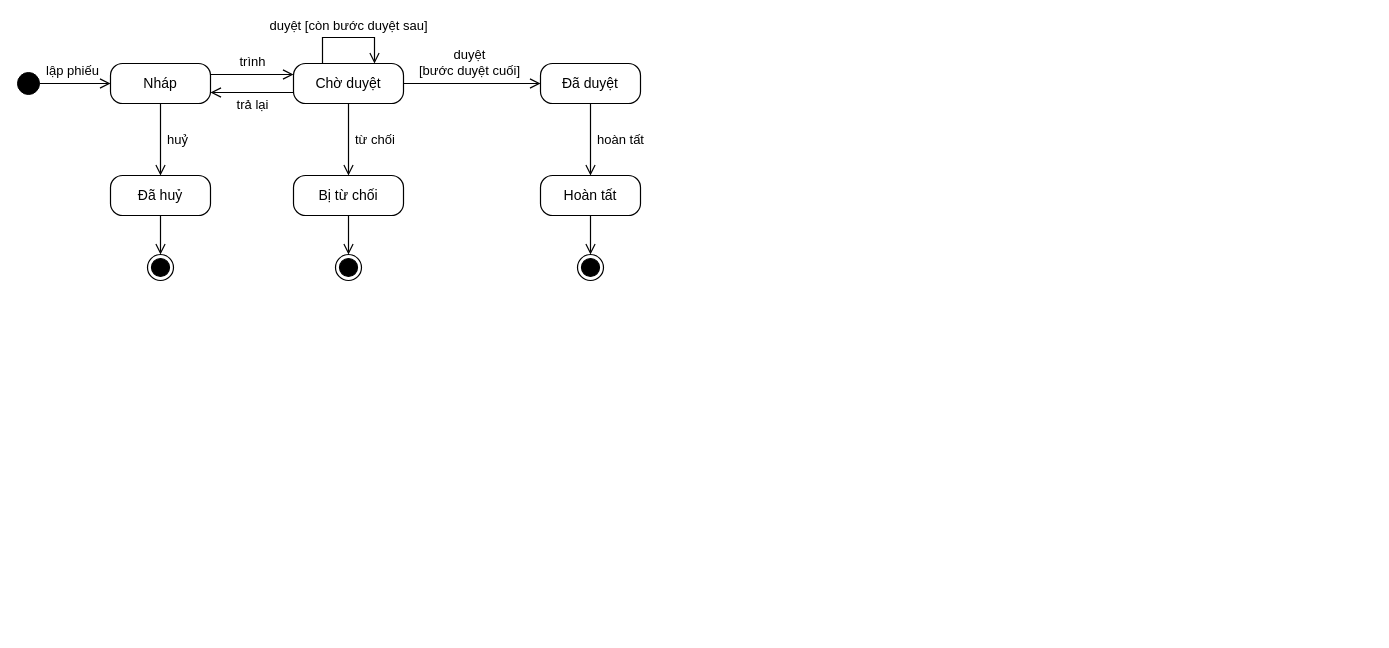
Above: docs/VN/diagram/Report 3/03 Vong doi phieu/Vong doi phieu.drawio in LuuDong2004/SEP490_G123_SFEMS (draw.io), before the change. Source tidied: cells renumbered, new cells numbered last; positions are measured from the earlier drawing's top-left corner, leaving out a move shared by most shapes. Both pictures are drawn from the tidied source at 100%, with x=0, y=0 at pixel (17, 17).
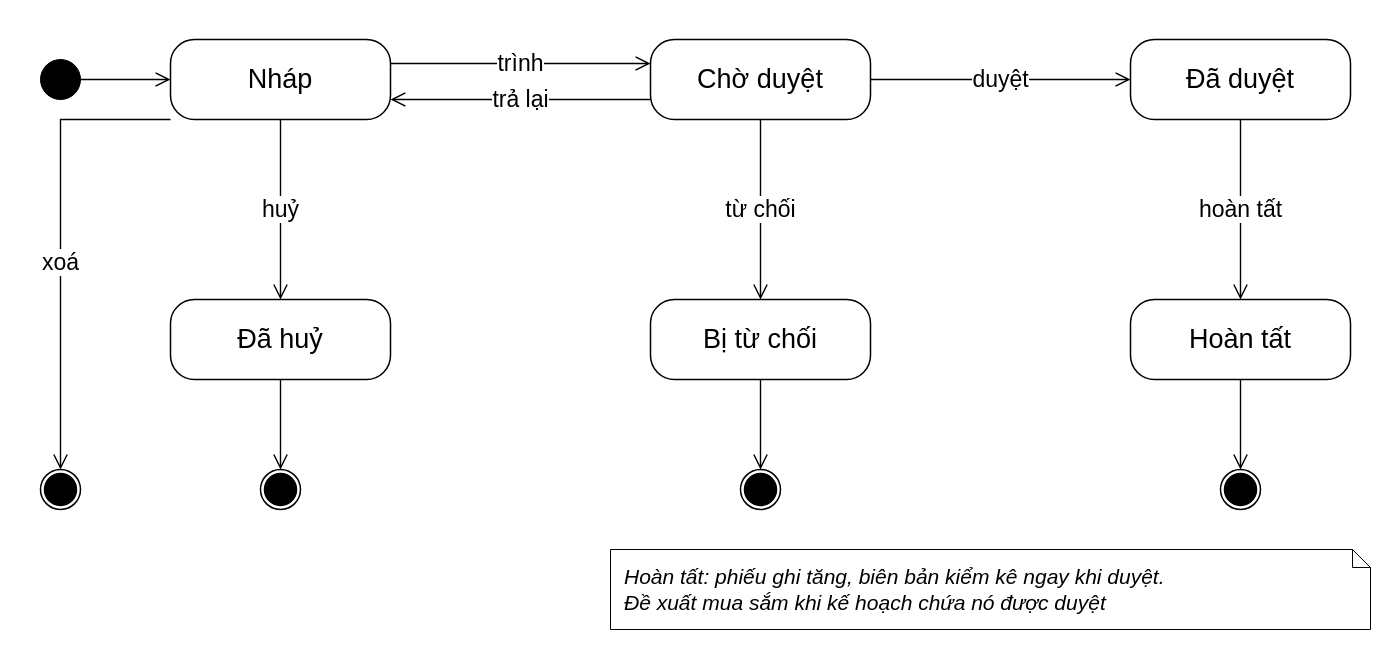
Above is the later version.

What changed in the source:
```diff
@@
-    <mxCell id="2" style="ellipse;fillColor=#000000;strokeColor=#000000;" parent="1" vertex="1">
-      <mxGeometry y="55" width="22" height="22" as="geometry" />
-    </mxCell>
+    <mxCell id="31" style="ellipse;html=1;fillColor=#000000;strokeColor=#000000;" parent="1" vertex="1">
+      <mxGeometry x="23" y="42" width="40" height="40" as="geometry" />
+    </mxCell>
-    <mxCell id="3" value="Nháp" style="rounded=1;arcSize=30;fillColor=#FFFFFF;strokeColor=#000000;strokeWidth=1.2;fontSize=14;fontFamily=Arial;html=1;fontColor=#000000;whiteSpace=wrap;" parent="1" vertex="1">
-      <mxGeometry x="93" y="46" width="100" height="40" as="geometry" />
+    <mxCell id="3" value="Nháp" style="rounded=1;arcSize=30;whiteSpace=wrap;html=1;fillColor=#FFFFFF;strokeColor=#000000;strokeWidth=1.5;fontSize=27;fontFamily=Arial;" parent="1" vertex="1">
+      <mxGeometry x="153" y="22" width="220" height="80" as="geometry" />
     </mxCell>
-    <mxCell id="4" value="Chờ duyệt" style="rounded=1;arcSize=30;fillColor=#FFFFFF;strokeColor=#000000;strokeWidth=1.2;fontSize=14;fontFamily=Arial;html=1;fontColor=#000000;whiteSpace=wrap;" parent="1" vertex="1">
-      <mxGeometry x="276" y="46" width="110" height="40" as="geometry" />
+    <mxCell id="4" value="Chờ duyệt" style="rounded=1;arcSize=30;whiteSpace=wrap;html=1;fillColor=#FFFFFF;strokeColor=#000000;strokeWidth=1.5;fontSize=27;fontFamily=Arial;" parent="1" vertex="1">
+      <mxGeometry x="633" y="22" width="220" height="80" as="geometry" />
     </mxCell>
-    <mxCell id="5" value="Đã duyệt" style="rounded=1;arcSize=30;fillColor=#FFFFFF;strokeColor=#000000;strokeWidth=1.2;fontSize=14;fontFamily=Arial;html=1;fontColor=#000000;whiteSpace=wrap;" parent="1" vertex="1">
-      <mxGeometry x="523" y="46" width="100" height="40" as="geometry" />
+    <mxCell id="5" value="Đã duyệt" style="rounded=1;arcSize=30;whiteSpace=wrap;html=1;fillColor=#FFFFFF;strokeColor=#000000;strokeWidth=1.5;fontSize=27;fontFamily=Arial;" parent="1" vertex="1">
+      <mxGeometry x="1113" y="22" width="220" height="80" as="geometry" />
     </mxCell>
-    <mxCell id="6" value="Đã huỷ" style="rounded=1;arcSize=30;fillColor=#FFFFFF;strokeColor=#000000;strokeWidth=1.2;fontSize=14;fontFamily=Arial;html=1;fontColor=#000000;whiteSpace=wrap;" parent="1" vertex="1">
-      <mxGeometry x="93" y="158" width="100" height="40" as="geometry" />
+    <mxCell id="6" value="Đã huỷ" style="rounded=1;arcSize=30;whiteSpace=wrap;html=1;fillColor=#FFFFFF;strokeColor=#000000;strokeWidth=1.5;fontSize=27;fontFamily=Arial;" parent="1" vertex="1">
+      <mxGeometry x="153" y="282" width="220" height="80" as="geometry" />
     </mxCell>
-    <mxCell id="7" value="Bị từ chối" style="rounded=1;arcSize=30;fillColor=#FFFFFF;strokeColor=#000000;strokeWidth=1.2;fontSize=14;fontFamily=Arial;html=1;fontColor=#000000;whiteSpace=wrap;" parent="1" vertex="1">
-      <mxGeometry x="276" y="158" width="110" height="40" as="geometry" />
+    <mxCell id="7" value="Bị từ chối" style="rounded=1;arcSize=30;whiteSpace=wrap;html=1;fillColor=#FFFFFF;strokeColor=#000000;strokeWidth=1.5;fontSize=27;fontFamily=Arial;" parent="1" vertex="1">
+      <mxGeometry x="633" y="282" width="220" height="80" as="geometry" />
     </mxCell>
-    <mxCell id="8" value="Hoàn tất" style="rounded=1;arcSize=30;fillColor=#FFFFFF;strokeColor=#000000;strokeWidth=1.2;fontSize=14;fontFamily=Arial;html=1;fontColor=#000000;whiteSpace=wrap;" parent="1" vertex="1">
-      <mxGeometry x="523" y="158" width="100" height="40" as="geometry" />
+    <mxCell id="8" value="Hoàn tất" style="rounded=1;arcSize=30;whiteSpace=wrap;html=1;fillColor=#FFFFFF;strokeColor=#000000;strokeWidth=1.5;fontSize=27;fontFamily=Arial;" parent="1" vertex="1">
+      <mxGeometry x="1113" y="282" width="220" height="80" as="geometry" />
     </mxCell>
-    <mxCell id="9" style="ellipse;shape=endState;fillColor=#000000;strokeColor=#000000;strokeWidth=1.2;" parent="1" vertex="1">
-      <mxGeometry x="130" y="237" width="26" height="26" as="geometry" />
-    </mxCell>
-    <mxCell id="10" style="ellipse;shape=endState;fillColor=#000000;strokeColor=#000000;strokeWidth=1.2;" parent="1" vertex="1">
-      <mxGeometry x="318" y="237" width="26" height="26" as="geometry" />
-    </mxCell>
-    <mxCell id="11" style="ellipse;shape=endState;fillColor=#000000;strokeColor=#000000;strokeWidth=1.2;" parent="1" vertex="1">
-      <mxGeometry x="560" y="237" width="26" height="26" as="geometry" />
-    </mxCell>
-    <mxCell id="12" style="edgeStyle=none;rounded=0;endArrow=open;endSize=8;strokeColor=#000000;strokeWidth=1.2;fontFamily=Arial;html=1;fontColor=#000000;exitX=1.0000;exitY=0.5000;exitDx=0;exitDy=0;exitPerimeter=0;entryX=0.0000;entryY=0.5000;entryDx=0;entryDy=0;entryPerimeter=0;" parent="1" edge="1" source="2" target="3">
-      <mxGeometry relative="1" as="geometry" />
-    </mxCell>
-    <mxCell id="13" value="lập phiếu" style="text;align=center;verticalAlign=middle;fillColor=none;strokeColor=none;fontSize=13;spacing=0;fontFamily=Arial;html=1;fontColor=#000000;" parent="1" vertex="1">
-      <mxGeometry x="22" y="45" width="65" height="16" as="geometry" />
-    </mxCell>
-    <mxCell id="14" style="edgeStyle=none;rounded=0;endArrow=open;endSize=8;strokeColor=#000000;strokeWidth=1.2;fontFamily=Arial;html=1;fontColor=#000000;exitX=1.0000;exitY=0.2750;exitDx=0;exitDy=0;exitPerimeter=0;entryX=0.0000;entryY=0.2750;entryDx=0;entryDy=0;entryPerimeter=0;" parent="1" edge="1" source="3" target="4">
-      <mxGeometry relative="1" as="geometry" />
-    </mxCell>
+    <mxCell id="32" style="ellipse;html=1;shape=endState;fillColor=#000000;strokeColor=#000000;strokeWidth=1.5;" parent="1" vertex="1">
+      <mxGeometry x="23" y="452" width="40" height="40" as="geometry" />
+    </mxCell>
+    <mxCell id="33" style="ellipse;html=1;shape=endState;fillColor=#000000;strokeColor=#000000;strokeWidth=1.5;" parent="1" vertex="1">
+      <mxGeometry x="243" y="452" width="40" height="40" as="geometry" />
+    </mxCell>
+    <mxCell id="34" style="ellipse;html=1;shape=endState;fillColor=#000000;strokeColor=#000000;strokeWidth=1.5;" parent="1" vertex="1">
+      <mxGeometry x="723" y="452" width="40" height="40" as="geometry" />
+    </mxCell>
+    <mxCell id="35" style="ellipse;html=1;shape=endState;fillColor=#000000;strokeColor=#000000;strokeWidth=1.5;" parent="1" vertex="1">
+      <mxGeometry x="1203" y="452" width="40" height="40" as="geometry" />
+    </mxCell>
+    <mxCell id="36" style="rounded=0;html=1;endArrow=open;endSize=12;strokeWidth=1.4;strokeColor=#000000;fontSize=23;fontFamily=Arial;labelBackgroundColor=#FFFFFF;exitX=1;exitY=0.5;exitDx=0;exitDy=0;entryX=0;entryY=0.5;entryDx=0;entryDy=0;" parent="1" edge="1" source="31" target="3">
+      <mxGeometry relative="1" as="geometry" />
+    </mxCell>
-    <mxCell id="15" value="trình" style="text;align=center;verticalAlign=middle;fillColor=none;strokeColor=none;fontSize=13;spacing=0;fontFamily=Arial;html=1;fontColor=#000000;" parent="1" vertex="1">
-      <mxGeometry x="193" y="36" width="83" height="16" as="geometry" />
+    <mxCell id="15" value="trình" style="rounded=0;html=1;endArrow=open;endSize=12;strokeWidth=1.4;strokeColor=#000000;fontSize=23;fontFamily=Arial;labelBackgroundColor=#FFFFFF;exitX=1;exitY=0.3;exitDx=0;exitDy=0;entryX=0;entryY=0.3;entryDx=0;entryDy=0;" parent="1" edge="1" source="3" target="4">
+      <mxGeometry relative="1" as="geometry" />
     </mxCell>
-    <mxCell id="16" style="edgeStyle=none;rounded=0;endArrow=open;endSize=8;strokeColor=#000000;strokeWidth=1.2;fontFamily=Arial;html=1;fontColor=#000000;exitX=0.0000;exitY=0.7250;exitDx=0;exitDy=0;exitPerimeter=0;entryX=1.0000;entryY=0.7250;entryDx=0;entryDy=0;entryPerimeter=0;" parent="1" edge="1" source="4" target="3">
-      <mxGeometry relative="1" as="geometry" />
-    </mxCell>
-    <mxCell id="17" value="trả lại" style="text;align=center;verticalAlign=middle;fillColor=none;strokeColor=none;fontSize=13;spacing=0;fontFamily=Arial;html=1;fontColor=#000000;" parent="1" vertex="1">
-      <mxGeometry x="193" y="79" width="83" height="16" as="geometry" />
+    <mxCell id="17" value="trả lại" style="rounded=0;html=1;endArrow=open;endSize=12;strokeWidth=1.4;strokeColor=#000000;fontSize=23;fontFamily=Arial;labelBackgroundColor=#FFFFFF;exitX=0;exitY=0.75;exitDx=0;exitDy=0;entryX=1;entryY=0.75;entryDx=0;entryDy=0;" parent="1" edge="1" source="4" target="3">
+      <mxGeometry relative="1" as="geometry" />
     </mxCell>
-    <mxCell id="18" style="edgeStyle=none;rounded=0;endArrow=open;endSize=8;strokeColor=#000000;strokeWidth=1.2;fontFamily=Arial;html=1;fontColor=#000000;exitX=0.2636;exitY=0.0000;exitDx=0;exitDy=0;exitPerimeter=0;entryX=0.7364;entryY=0.0000;entryDx=0;entryDy=0;entryPerimeter=0;" parent="1" edge="1" source="4" target="4">
-      <mxGeometry relative="1" as="geometry">
-        <Array as="points">
-          <mxPoint x="305" y="20" />
-          <mxPoint x="357" y="20" />
-        </Array>
-      </mxGeometry>
-    </mxCell>
-    <mxCell id="19" value="duyệt [còn bước duyệt sau]" style="text;align=center;verticalAlign=middle;fillColor=none;strokeColor=none;fontSize=13;spacing=0;fontFamily=Arial;html=1;fontColor=#000000;" parent="1" vertex="1">
-      <mxGeometry x="231" width="200" height="16" as="geometry" />
-    </mxCell>
-    <mxCell id="20" style="edgeStyle=none;rounded=0;endArrow=open;endSize=8;strokeColor=#000000;strokeWidth=1.2;fontFamily=Arial;html=1;fontColor=#000000;exitX=1.0000;exitY=0.5000;exitDx=0;exitDy=0;exitPerimeter=0;entryX=0.0000;entryY=0.5000;entryDx=0;entryDy=0;entryPerimeter=0;" parent="1" edge="1" source="4" target="5">
+    <mxCell id="20" value="duyệt" style="rounded=0;html=1;endArrow=open;endSize=12;strokeWidth=1.4;strokeColor=#000000;fontSize=23;fontFamily=Arial;labelBackgroundColor=#FFFFFF;exitX=1;exitY=0.5;exitDx=0;exitDy=0;entryX=0;entryY=0.5;entryDx=0;entryDy=0;" parent="1" edge="1" source="4" target="5">
       <mxGeometry relative="1" as="geometry" />
     </mxCell>
-    <mxCell id="21" value="duyệt&lt;br&gt;[bước duyệt cuối]" style="text;align=center;verticalAlign=middle;fillColor=none;strokeColor=none;fontSize=13;spacing=0;fontFamily=Arial;html=1;fontColor=#000000;" parent="1" vertex="1">
-      <mxGeometry x="386" y="29" width="131" height="32" as="geometry" />
-    </mxCell>
-    <mxCell id="22" style="edgeStyle=none;rounded=0;endArrow=open;endSize=8;strokeColor=#000000;strokeWidth=1.2;fontFamily=Arial;html=1;fontColor=#000000;exitX=0.5000;exitY=1.0000;exitDx=0;exitDy=0;exitPerimeter=0;entryX=0.5000;entryY=0.0000;entryDx=0;entryDy=0;entryPerimeter=0;" parent="1" edge="1" source="3" target="6">
-      <mxGeometry relative="1" as="geometry" />
-    </mxCell>
-    <mxCell id="23" value="huỷ" style="text;align=left;verticalAlign=middle;fillColor=none;strokeColor=none;fontSize=13;spacing=0;fontFamily=Arial;html=1;fontColor=#000000;" parent="1" vertex="1">
-      <mxGeometry x="150" y="114" width="60" height="16" as="geometry" />
+    <mxCell id="23" value="huỷ" style="rounded=0;html=1;endArrow=open;endSize=12;strokeWidth=1.4;strokeColor=#000000;fontSize=23;fontFamily=Arial;labelBackgroundColor=#FFFFFF;exitX=0.5;exitY=1;exitDx=0;exitDy=0;entryX=0.5;entryY=0;entryDx=0;entryDy=0;" parent="1" edge="1" source="3" target="6">
+      <mxGeometry relative="1" as="geometry" />
     </mxCell>
-    <mxCell id="24" style="edgeStyle=none;rounded=0;endArrow=open;endSize=8;strokeColor=#000000;strokeWidth=1.2;fontFamily=Arial;html=1;fontColor=#000000;exitX=0.5000;exitY=1.0000;exitDx=0;exitDy=0;exitPerimeter=0;entryX=0.5000;entryY=0.0000;entryDx=0;entryDy=0;entryPerimeter=0;" parent="1" edge="1" source="4" target="7">
-      <mxGeometry relative="1" as="geometry" />
-    </mxCell>
+    <mxCell id="37" value="xoá" style="rounded=0;html=1;endArrow=open;endSize=12;strokeWidth=1.4;strokeColor=#000000;fontSize=23;fontFamily=Arial;labelBackgroundColor=#FFFFFF;edgeStyle=orthogonalEdgeStyle;exitX=0;exitY=1;exitDx=0;exitDy=0;entryX=0.5;entryY=0;entryDx=0;entryDy=0;" parent="1" edge="1" source="3" target="32">
+      <mxGeometry x="0.1" relative="1" as="geometry">
+        <Array as="points">
+          <mxPoint x="43" y="102" />
+        </Array>
+      </mxGeometry>
+    </mxCell>
-    <mxCell id="25" value="từ chối" style="text;align=left;verticalAlign=middle;fillColor=none;strokeColor=none;fontSize=13;spacing=0;fontFamily=Arial;html=1;fontColor=#000000;" parent="1" vertex="1">
-      <mxGeometry x="338" y="114" width="70" height="16" as="geometry" />
+    <mxCell id="25" value="từ chối" style="rounded=0;html=1;endArrow=open;endSize=12;strokeWidth=1.4;strokeColor=#000000;fontSize=23;fontFamily=Arial;labelBackgroundColor=#FFFFFF;exitX=0.5;exitY=1;exitDx=0;exitDy=0;entryX=0.5;entryY=0;entryDx=0;entryDy=0;" parent="1" edge="1" source="4" target="7">
+      <mxGeometry relative="1" as="geometry" />
     </mxCell>
-    <mxCell id="26" style="edgeStyle=none;rounded=0;endArrow=open;endSize=8;strokeColor=#000000;strokeWidth=1.2;fontFamily=Arial;html=1;fontColor=#000000;exitX=0.5000;exitY=1.0000;exitDx=0;exitDy=0;exitPerimeter=0;entryX=0.5000;entryY=0.0000;entryDx=0;entryDy=0;entryPerimeter=0;" parent="1" edge="1" source="5" target="8">
-      <mxGeometry relative="1" as="geometry" />
-    </mxCell>
-    <mxCell id="27" value="hoàn tất" style="text;align=left;verticalAlign=middle;fillColor=none;strokeColor=none;fontSize=13;spacing=0;fontFamily=Arial;html=1;fontColor=#000000;" parent="1" vertex="1">
-      <mxGeometry x="580" y="114" width="70" height="16" as="geometry" />
+    <mxCell id="27" value="hoàn tất" style="rounded=0;html=1;endArrow=open;endSize=12;strokeWidth=1.4;strokeColor=#000000;fontSize=23;fontFamily=Arial;labelBackgroundColor=#FFFFFF;exitX=0.5;exitY=1;exitDx=0;exitDy=0;entryX=0.5;entryY=0;entryDx=0;entryDy=0;" parent="1" edge="1" source="5" target="8">
+      <mxGeometry relative="1" as="geometry" />
     </mxCell>
-    <mxCell id="28" style="edgeStyle=none;rounded=0;endArrow=open;endSize=8;strokeColor=#000000;strokeWidth=1.2;fontFamily=Arial;html=1;fontColor=#000000;exitX=0.5000;exitY=1.0000;exitDx=0;exitDy=0;exitPerimeter=0;entryX=0.5000;entryY=0.0000;entryDx=0;entryDy=0;entryPerimeter=0;" parent="1" edge="1" source="6" target="9">
-      <mxGeometry relative="1" as="geometry" />
-    </mxCell>
-    <mxCell id="29" style="edgeStyle=none;rounded=0;endArrow=open;endSize=8;strokeColor=#000000;strokeWidth=1.2;fontFamily=Arial;html=1;fontColor=#000000;exitX=0.5000;exitY=1.0000;exitDx=0;exitDy=0;exitPerimeter=0;entryX=0.5000;entryY=0.0000;entryDx=0;entryDy=0;entryPerimeter=0;" parent="1" edge="1" source="7" target="10">
-      <mxGeometry relative="1" as="geometry" />
-    </mxCell>
-    <mxCell id="30" style="edgeStyle=none;rounded=0;endArrow=open;endSize=8;strokeColor=#000000;strokeWidth=1.2;fontFamily=Arial;html=1;fontColor=#000000;exitX=0.5000;exitY=1.0000;exitDx=0;exitDy=0;exitPerimeter=0;entryX=0.5000;entryY=0.0000;entryDx=0;entryDy=0;entryPerimeter=0;" parent="1" edge="1" source="8" target="11">
-      <mxGeometry relative="1" as="geometry" />
-    </mxCell>
+    <mxCell id="38" style="rounded=0;html=1;endArrow=open;endSize=12;strokeWidth=1.4;strokeColor=#000000;fontSize=23;fontFamily=Arial;labelBackgroundColor=#FFFFFF;" parent="1" edge="1" source="6" target="33">
+      <mxGeometry relative="1" as="geometry" />
+    </mxCell>
+    <mxCell id="39" style="rounded=0;html=1;endArrow=open;endSize=12;strokeWidth=1.4;strokeColor=#000000;fontSize=23;fontFamily=Arial;labelBackgroundColor=#FFFFFF;" parent="1" edge="1" source="7" target="34">
+      <mxGeometry relative="1" as="geometry" />
+    </mxCell>
+    <mxCell id="40" style="rounded=0;html=1;endArrow=open;endSize=12;strokeWidth=1.4;strokeColor=#000000;fontSize=23;fontFamily=Arial;labelBackgroundColor=#FFFFFF;" parent="1" edge="1" source="8" target="35">
+      <mxGeometry relative="1" as="geometry" />
+    </mxCell>
+    <mxCell id="41" value="Hoàn tất: phiếu ghi tăng, biên bản kiểm kê ngay khi duyệt.&lt;br&gt;Đề xuất mua sắm khi kế hoạch chứa nó được duyệt" style="shape=note;size=18;whiteSpace=wrap;html=1;fillColor=#FFFFFF;strokeColor=#000000;fontSize=21;align=left;spacingLeft=12;fontStyle=2;fontFamily=Arial;" parent="1" vertex="1">
+      <mxGeometry x="593" y="532" width="760" height="80" as="geometry" />
+    </mxCell>
```
